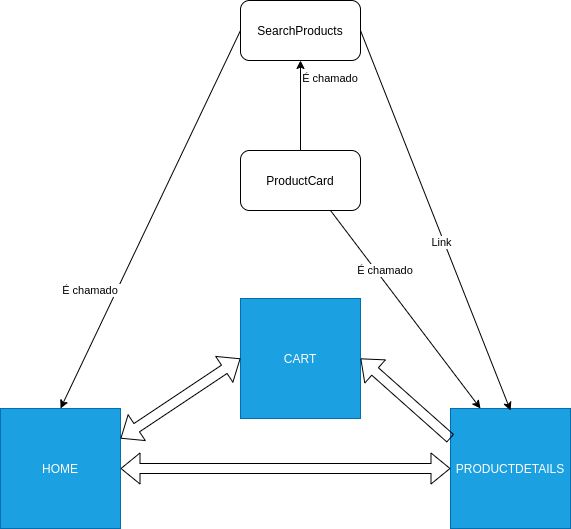
Earlier version of the draw.io export estruturaSite.drawio.png (kauamaximino/online-store). Source tidied: cells renumbered, new cells last; positions are measured from the earlier drawing's top-left corner, leaving out a move shared by most shapes. The source it was exported from:
```xml
<mxGraphModel>
  <root>
    <mxCell id="0" />
    <mxCell id="1" parent="0" />
    <mxCell id="2" value="HOME" style="whiteSpace=wrap;html=1;fillColor=#1ba1e2;fontColor=#ffffff;strokeColor=#006EAF;" parent="1" vertex="1">
      <mxGeometry y="408" width="120" height="120" as="geometry" />
    </mxCell>
    <mxCell id="3" value="CART" style="whiteSpace=wrap;html=1;fillColor=#1ba1e2;fontColor=#ffffff;strokeColor=#006EAF;" parent="1" vertex="1">
      <mxGeometry x="240" y="298" width="120" height="120" as="geometry" />
    </mxCell>
    <mxCell id="4" value="PRODUCTDETAILS" style="whiteSpace=wrap;html=1;fillColor=#1ba1e2;fontColor=#ffffff;strokeColor=#006EAF;" parent="1" vertex="1">
      <mxGeometry x="450" y="408" width="120" height="120" as="geometry" />
    </mxCell>
    <mxCell id="5" style="shape=flexArrow;endArrow=classic;startArrow=classic;html=1;exitX=1;exitY=0.25;exitDx=0;exitDy=0;entryX=0;entryY=0.5;entryDx=0;entryDy=0;" parent="1" edge="1" source="2" target="3">
      <mxGeometry relative="1" as="geometry" />
    </mxCell>
    <mxCell id="6" style="shape=flexArrow;endArrow=classic;startArrow=classic;html=1;entryX=0;entryY=0.5;entryDx=0;entryDy=0;" parent="1" edge="1" source="2" target="4">
      <mxGeometry relative="1" as="geometry" />
    </mxCell>
    <mxCell id="7" style="shape=flexArrow;endArrow=classic;html=1;exitX=0;exitY=0.25;exitDx=0;exitDy=0;entryX=1;entryY=0.5;entryDx=0;entryDy=0;" parent="1" edge="1" source="4" target="3">
      <mxGeometry relative="1" as="geometry" />
    </mxCell>
    <mxCell id="8" value="ProductCard" style="rounded=1;whiteSpace=wrap;html=1;" parent="1" vertex="1">
      <mxGeometry x="240" y="150" width="120" height="60" as="geometry" />
    </mxCell>
    <mxCell id="9" style="edgeStyle=none;html=1;entryX=0.5;entryY=0;entryDx=0;entryDy=0;exitX=0;exitY=0.5;exitDx=0;exitDy=0;" parent="1" edge="1" source="13" target="2">
      <mxGeometry relative="1" as="geometry" />
    </mxCell>
    <mxCell id="10" value="É chamado&amp;nbsp;" style="edgeLabel;html=1;align=center;verticalAlign=middle;" parent="9" vertex="1">
      <mxGeometry x="-0.65" y="4" relative="1" as="geometry">
        <mxPoint x="-122" y="192" as="offset" />
      </mxGeometry>
    </mxCell>
    <mxCell id="11" style="edgeStyle=none;html=1;exitX=1;exitY=0.5;exitDx=0;exitDy=0;entryX=0.5;entryY=0.017;entryDx=0;entryDy=0;entryPerimeter=0;" parent="1" edge="1" source="13" target="4">
      <mxGeometry relative="1" as="geometry" />
    </mxCell>
    <mxCell id="12" value="Link" style="edgeLabel;html=1;align=center;verticalAlign=middle;" parent="11" vertex="1">
      <mxGeometry x="0.11" y="-3" relative="1" as="geometry" />
    </mxCell>
    <mxCell id="13" value="SearchProducts" style="rounded=1;whiteSpace=wrap;html=1;" parent="1" vertex="1">
      <mxGeometry x="240" width="120" height="60" as="geometry" />
    </mxCell>
    <mxCell id="14" style="edgeStyle=none;html=1;exitX=0.5;exitY=0;exitDx=0;exitDy=0;" parent="1" edge="1" source="8" target="13">
      <mxGeometry relative="1" as="geometry" />
    </mxCell>
    <mxCell id="15" value="É chamado&amp;nbsp;" style="edgeLabel;html=1;align=center;verticalAlign=middle;" parent="14" vertex="1">
      <mxGeometry x="-0.65" y="4" relative="1" as="geometry">
        <mxPoint x="34" y="-57" as="offset" />
      </mxGeometry>
    </mxCell>
    <mxCell id="16" style="edgeStyle=none;html=1;exitX=0.75;exitY=1;exitDx=0;exitDy=0;entryX=0.25;entryY=0;entryDx=0;entryDy=0;" parent="1" edge="1" source="8" target="4">
      <mxGeometry relative="1" as="geometry" />
    </mxCell>
    <mxCell id="17" value="É chamado&amp;nbsp;" style="edgeLabel;html=1;align=center;verticalAlign=middle;" parent="16" vertex="1">
      <mxGeometry x="-0.65" y="4" relative="1" as="geometry">
        <mxPoint x="26" y="28" as="offset" />
      </mxGeometry>
    </mxCell>
  </root>
</mxGraphModel>
```
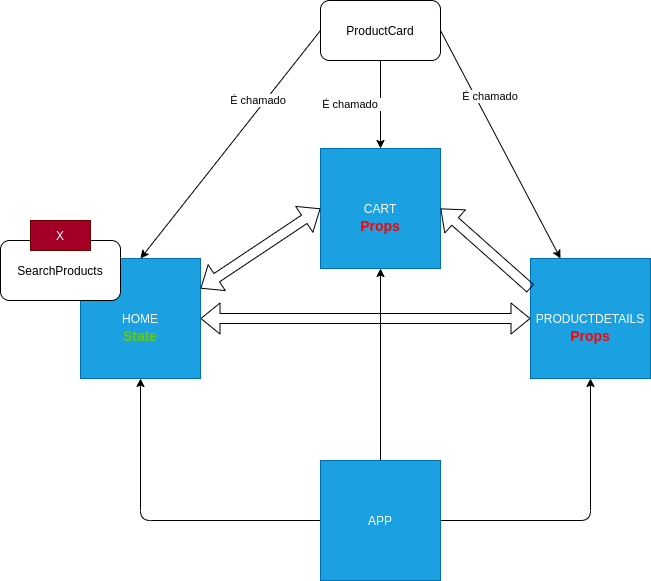
After the change.

What changed in the source:
```diff
@@ -23,38 +23,64 @@
     <mxCell id="8" value="ProductCard" style="rounded=1;whiteSpace=wrap;html=1;" parent="1" vertex="1">
       <mxGeometry x="240" y="150" width="120" height="60" as="geometry" />
     </mxCell>
-    <mxCell id="9" style="edgeStyle=none;html=1;entryX=0.5;entryY=0;entryDx=0;entryDy=0;exitX=0;exitY=0.5;exitDx=0;exitDy=0;" parent="1" edge="1" source="13" target="2">
-      <mxGeometry relative="1" as="geometry" />
-    </mxCell>
-    <mxCell id="10" value="É chamado&amp;nbsp;" style="edgeLabel;html=1;align=center;verticalAlign=middle;" parent="9" vertex="1">
-      <mxGeometry x="-0.65" y="4" relative="1" as="geometry">
-        <mxPoint x="-122" y="192" as="offset" />
-      </mxGeometry>
-    </mxCell>
-    <mxCell id="11" style="edgeStyle=none;html=1;exitX=1;exitY=0.5;exitDx=0;exitDy=0;entryX=0.5;entryY=0.017;entryDx=0;entryDy=0;entryPerimeter=0;" parent="1" edge="1" source="13" target="4">
-      <mxGeometry relative="1" as="geometry" />
-    </mxCell>
-    <mxCell id="12" value="Link" style="edgeLabel;html=1;align=center;verticalAlign=middle;" parent="11" vertex="1">
-      <mxGeometry x="0.11" y="-3" relative="1" as="geometry" />
-    </mxCell>
     <mxCell id="13" value="SearchProducts" style="rounded=1;whiteSpace=wrap;html=1;" parent="1" vertex="1">
-      <mxGeometry x="240" width="120" height="60" as="geometry" />
+      <mxGeometry x="-80" y="390" width="120" height="60" as="geometry" />
     </mxCell>
-    <mxCell id="14" style="edgeStyle=none;html=1;exitX=0.5;exitY=0;exitDx=0;exitDy=0;" parent="1" edge="1" source="8" target="13">
-      <mxGeometry relative="1" as="geometry" />
-    </mxCell>
-    <mxCell id="15" value="É chamado&amp;nbsp;" style="edgeLabel;html=1;align=center;verticalAlign=middle;" parent="14" vertex="1">
-      <mxGeometry x="-0.65" y="4" relative="1" as="geometry">
-        <mxPoint x="34" y="-57" as="offset" />
-      </mxGeometry>
-    </mxCell>
-    <mxCell id="16" style="edgeStyle=none;html=1;exitX=0.75;exitY=1;exitDx=0;exitDy=0;entryX=0.25;entryY=0;entryDx=0;entryDy=0;" parent="1" edge="1" source="8" target="4">
+    <mxCell id="16" style="edgeStyle=none;html=1;exitX=0.5;exitY=1;exitDx=0;exitDy=0;" parent="1" edge="1" source="8" target="3">
       <mxGeometry relative="1" as="geometry" />
     </mxCell>
     <mxCell id="17" value="É chamado&amp;nbsp;" style="edgeLabel;html=1;align=center;verticalAlign=middle;" parent="16" vertex="1">
       <mxGeometry x="-0.65" y="4" relative="1" as="geometry">
-        <mxPoint x="26" y="28" as="offset" />
+        <mxPoint x="-34" y="28" as="offset" />
       </mxGeometry>
     </mxCell>
+    <mxCell id="18" style="edgeStyle=none;html=1;exitX=1;exitY=0.5;exitDx=0;exitDy=0;entryX=0.25;entryY=0;entryDx=0;entryDy=0;" parent="1" edge="1" source="8" target="4">
+      <mxGeometry relative="1" as="geometry" />
+    </mxCell>
+    <mxCell id="19" value="É chamado&amp;nbsp;" style="edgeLabel;html=1;align=center;verticalAlign=middle;" parent="18" vertex="1">
+      <mxGeometry x="-0.65" y="4" relative="1" as="geometry">
+        <mxPoint x="26" y="28" as="offset" />
+      </mxGeometry>
+    </mxCell>
+    <mxCell id="20" style="edgeStyle=none;html=1;entryX=0.5;entryY=1;entryDx=0;entryDy=0;" parent="1" edge="1" source="23" target="2">
+      <mxGeometry relative="1" as="geometry">
+        <Array as="points">
+          <mxPoint x="60" y="670" />
+        </Array>
+      </mxGeometry>
+    </mxCell>
+    <mxCell id="21" style="edgeStyle=none;html=1;entryX=0.5;entryY=1;entryDx=0;entryDy=0;" parent="1" edge="1" source="23" target="4">
+      <mxGeometry relative="1" as="geometry">
+        <Array as="points">
+          <mxPoint x="510" y="670" />
+        </Array>
+      </mxGeometry>
+    </mxCell>
+    <mxCell id="22" style="edgeStyle=none;html=1;" parent="1" edge="1" source="23" target="3">
+      <mxGeometry relative="1" as="geometry" />
+    </mxCell>
+    <mxCell id="23" value="APP" style="whiteSpace=wrap;html=1;fillColor=#1ba1e2;fontColor=#ffffff;strokeColor=#006EAF;" parent="1" vertex="1">
+      <mxGeometry x="240" y="610" width="120" height="120" as="geometry" />
+    </mxCell>
+    <mxCell id="24" value="X" style="text;html=1;strokeColor=#6F0000;fillColor=#a20025;align=center;verticalAlign=middle;whiteSpace=wrap;rounded=0;fontColor=#ffffff;" parent="1" vertex="1">
+      <mxGeometry x="-50" y="370" width="60" height="30" as="geometry" />
+    </mxCell>
+    <mxCell id="25" value="State" style="text;html=1;strokeColor=none;fillColor=none;align=center;verticalAlign=middle;whiteSpace=wrap;rounded=0;fontColor=#66CC00;fontStyle=1;fontSize=14;" parent="1" vertex="1">
+      <mxGeometry x="30" y="470" width="60" height="30" as="geometry" />
+    </mxCell>
+    <mxCell id="26" value="Props" style="text;html=1;strokeColor=none;fillColor=none;align=center;verticalAlign=middle;whiteSpace=wrap;rounded=0;fontColor=#FF0000;fontStyle=1;fontSize=14;" parent="1" vertex="1">
+      <mxGeometry x="270" y="360" width="60" height="30" as="geometry" />
+    </mxCell>
+    <mxCell id="27" value="Props" style="text;html=1;strokeColor=none;fillColor=none;align=center;verticalAlign=middle;whiteSpace=wrap;rounded=0;fontColor=#FF0000;fontStyle=1;fontSize=14;" parent="1" vertex="1">
+      <mxGeometry x="480" y="470" width="60" height="30" as="geometry" />
+    </mxCell>
+    <mxCell id="28" style="edgeStyle=none;html=1;exitX=0;exitY=0.5;exitDx=0;exitDy=0;entryX=0.5;entryY=0;entryDx=0;entryDy=0;" parent="1" edge="1" source="8" target="2">
+      <mxGeometry relative="1" as="geometry" />
+    </mxCell>
+    <mxCell id="29" value="É chamado&amp;nbsp;" style="edgeLabel;html=1;align=center;verticalAlign=middle;" parent="28" vertex="1">
+      <mxGeometry x="-0.65" y="4" relative="1" as="geometry">
+        <mxPoint x="-34" y="28" as="offset" />
+      </mxGeometry>
+    </mxCell>
   </root>
 </mxGraphModel>
```
